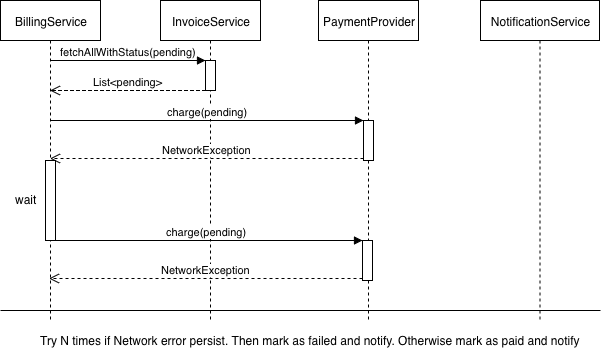
Before: img/ne.png, a diagram exported from draw.io (elleFlorio/antaeus). Source tidied: cells renumbered, new cells last; positions are measured from the earlier drawing's top-left corner, leaving out a move shared by most shapes. Source of this version:
```xml
<mxGraphModel>
  <root>
    <mxCell id="0" />
    <mxCell id="1" parent="0" />
    <mxCell id="2" value="BillingService" style="shape=umlLifeline;perimeter=lifelinePerimeter;whiteSpace=wrap;html=1;outlineConnect=0;" parent="1" vertex="1">
      <mxGeometry width="100" height="320" as="geometry" />
    </mxCell>
    <mxCell id="3" style="html=1;perimeter=orthogonalPerimeter;" parent="2" vertex="1">
      <mxGeometry x="45" y="160" width="10" height="80" as="geometry" />
    </mxCell>
    <mxCell id="4" value="InvoiceService" style="shape=umlLifeline;perimeter=lifelinePerimeter;whiteSpace=wrap;html=1;" parent="1" vertex="1">
      <mxGeometry x="160" width="100" height="320" as="geometry" />
    </mxCell>
    <mxCell id="5" style="html=1;points=[];perimeter=orthogonalPerimeter;" parent="4" vertex="1">
      <mxGeometry x="45" y="60" width="10" height="30" as="geometry" />
    </mxCell>
    <mxCell id="6" value="&lt;span&gt;fetchAllWithStatus&lt;/span&gt;(pending)" style="html=1;verticalAlign=bottom;endArrow=block;entryX=0;entryY=0;" parent="1" edge="1" target="5">
      <mxGeometry relative="1" as="geometry">
        <mxPoint x="50" y="60" as="sourcePoint" />
      </mxGeometry>
    </mxCell>
    <mxCell id="7" value="List&amp;lt;pending&amp;gt;" style="html=1;verticalAlign=bottom;endArrow=open;dashed=1;endSize=8;" parent="1" edge="1" source="5" target="2">
      <mxGeometry relative="1" as="geometry">
        <Array as="points">
          <mxPoint x="163.5" y="90" />
        </Array>
      </mxGeometry>
    </mxCell>
    <mxCell id="8" value="PaymentProvider" style="shape=umlLifeline;perimeter=lifelinePerimeter;whiteSpace=wrap;html=1;" parent="1" vertex="1">
      <mxGeometry x="318" width="100" height="320" as="geometry" />
    </mxCell>
    <mxCell id="9" style="html=1;points=[];perimeter=orthogonalPerimeter;" parent="8" vertex="1">
      <mxGeometry x="45" y="120" width="10" height="40" as="geometry" />
    </mxCell>
    <mxCell id="10" style="html=1;points=[];perimeter=orthogonalPerimeter;" parent="8" vertex="1">
      <mxGeometry x="44" y="240" width="10" height="40" as="geometry" />
    </mxCell>
    <mxCell id="11" value="charge(pending)" style="html=1;verticalAlign=bottom;endArrow=block;entryX=0;entryY=0;" parent="8" edge="1" target="10">
      <mxGeometry relative="1" as="geometry">
        <mxPoint x="-269.5" y="240" as="sourcePoint" />
      </mxGeometry>
    </mxCell>
    <mxCell id="12" value="NetworkException" style="html=1;verticalAlign=bottom;endArrow=open;dashed=1;endSize=8;exitX=0;exitY=0.95;" parent="8" edge="1" source="10">
      <mxGeometry relative="1" as="geometry">
        <mxPoint x="-269.5" y="278" as="targetPoint" />
      </mxGeometry>
    </mxCell>
    <mxCell id="13" value="charge(pending)" style="html=1;verticalAlign=bottom;endArrow=block;entryX=0;entryY=0;" parent="1" edge="1" source="2" target="9">
      <mxGeometry relative="1" as="geometry" />
    </mxCell>
    <mxCell id="14" value="NetworkException" style="html=1;verticalAlign=bottom;endArrow=open;dashed=1;endSize=8;exitX=0;exitY=0.95;" parent="1" edge="1" source="9" target="2">
      <mxGeometry relative="1" as="geometry" />
    </mxCell>
    <mxCell id="15" value="NotificationService" style="shape=umlLifeline;perimeter=lifelinePerimeter;whiteSpace=wrap;html=1;" parent="1" vertex="1">
      <mxGeometry x="480" width="119" height="320" as="geometry" />
    </mxCell>
    <mxCell id="16" value="&lt;div style=&quot;text-align: center&quot;&gt;&lt;span&gt;wait&lt;/span&gt;&lt;/div&gt;" style="text;html=1;align=center;verticalAlign=top;spacingTop=-4;direction=east;" parent="1" vertex="1">
      <mxGeometry x="5" y="190" width="40" height="20" as="geometry" />
    </mxCell>
    <mxCell id="17" style="line;strokeWidth=1;fillColor=none;align=left;verticalAlign=middle;spacingTop=-1;spacingLeft=3;spacingRight=3;labelPosition=right;" parent="1" vertex="1">
      <mxGeometry y="306" width="600" height="8" as="geometry" />
    </mxCell>
    <mxCell id="18" value="Try N times if Network error persist. Then mark as failed and notify. Otherwise mark as paid and notify" style="text;html=1;align=left;verticalAlign=top;spacingTop=-4;" parent="1" vertex="1">
      <mxGeometry x="38" y="331" width="560" height="20" as="geometry" />
    </mxCell>
  </root>
</mxGraphModel>
```
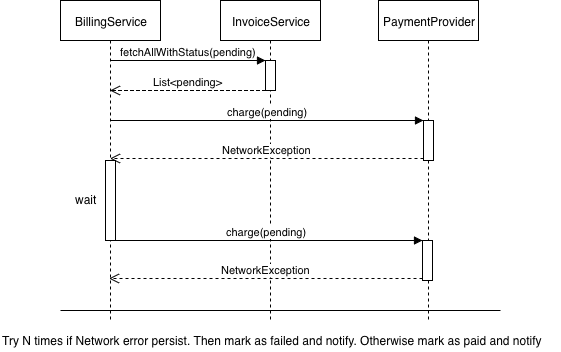
Later version of the same file.

The edit, as a diff of the source:
```diff
@@ -51,17 +51,14 @@
     <mxCell id="14" value="NetworkException" style="html=1;verticalAlign=bottom;endArrow=open;dashed=1;endSize=8;exitX=0;exitY=0.95;" parent="1" edge="1" source="9" target="2">
       <mxGeometry relative="1" as="geometry" />
     </mxCell>
-    <mxCell id="15" value="NotificationService" style="shape=umlLifeline;perimeter=lifelinePerimeter;whiteSpace=wrap;html=1;" parent="1" vertex="1">
-      <mxGeometry x="480" width="119" height="320" as="geometry" />
+    <mxCell id="15" value="&lt;div style=&quot;text-align: center&quot;&gt;&lt;span&gt;wait&lt;/span&gt;&lt;/div&gt;" style="text;html=1;align=center;verticalAlign=top;spacingTop=-4;direction=east;" parent="1" vertex="1">
+      <mxGeometry x="5" y="190" width="40" height="20" as="geometry" />
     </mxCell>
-    <mxCell id="16" value="&lt;div style=&quot;text-align: center&quot;&gt;&lt;span&gt;wait&lt;/span&gt;&lt;/div&gt;" style="text;html=1;align=center;verticalAlign=top;spacingTop=-4;direction=east;" parent="1" vertex="1">
-      <mxGeometry x="5" y="190" width="40" height="20" as="geometry" />
+    <mxCell id="16" style="line;strokeWidth=1;fillColor=none;align=left;verticalAlign=middle;spacingTop=-1;spacingLeft=3;spacingRight=3;labelPosition=right;" parent="1" vertex="1">
+      <mxGeometry y="306" width="440" height="8" as="geometry" />
     </mxCell>
-    <mxCell id="17" style="line;strokeWidth=1;fillColor=none;align=left;verticalAlign=middle;spacingTop=-1;spacingLeft=3;spacingRight=3;labelPosition=right;" parent="1" vertex="1">
-      <mxGeometry y="306" width="600" height="8" as="geometry" />
+    <mxCell id="17" value="Try N times if Network error persist. Then mark as failed and notify. Otherwise mark as paid and notify" style="text;html=1;align=left;verticalAlign=top;spacingTop=-4;" parent="1" vertex="1">
+      <mxGeometry x="-60" y="331" width="560" height="20" as="geometry" />
     </mxCell>
-    <mxCell id="18" value="Try N times if Network error persist. Then mark as failed and notify. Otherwise mark as paid and notify" style="text;html=1;align=left;verticalAlign=top;spacingTop=-4;" parent="1" vertex="1">
-      <mxGeometry x="38" y="331" width="560" height="20" as="geometry" />
-    </mxCell>
   </root>
 </mxGraphModel>
```
